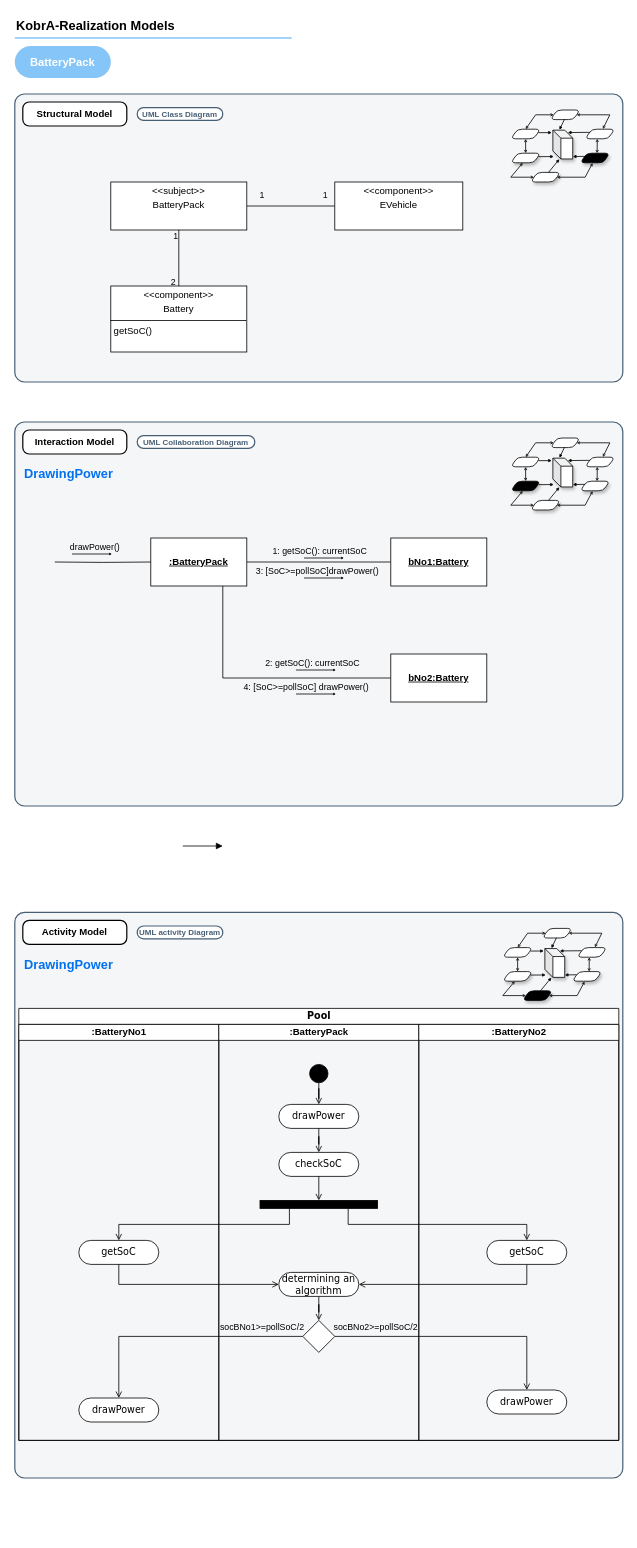
The draw.io diagram KobrA-Realization-Models-v2.drawio in Mohammad-Si/convide-A02-MVE, before the edit. Source tidied: cells renumbered, new cells numbered last; positions are measured from the earlier drawing's top-left corner, leaving out a move shared by most shapes. Both pictures are drawn from the tidied source at 80%, with x=0, y=0 at pixel (14, 14).
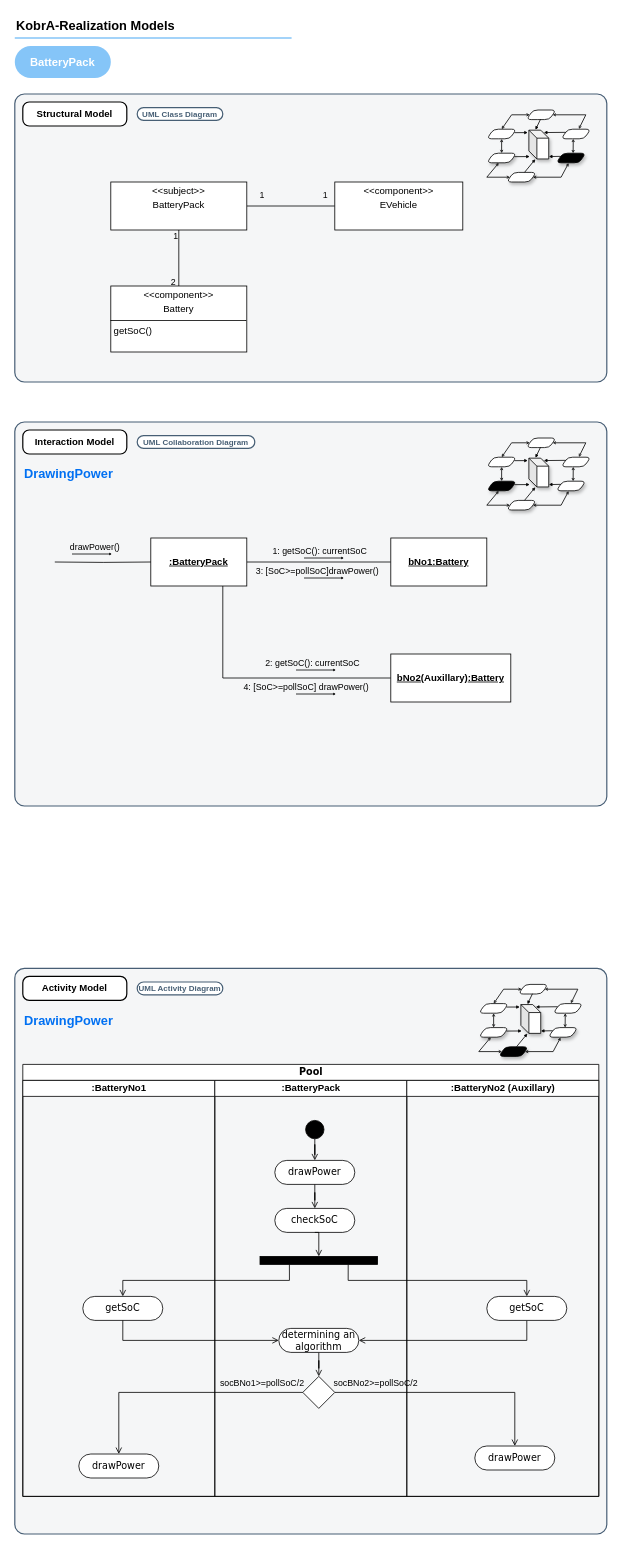
After the change.

Diff of the diagram source:
```diff
@@
     <mxCell id="2" style="rounded=1;whiteSpace=wrap;html=1;strokeColor=#475E75;fillColor=#F5F6F7;arcSize=24;absoluteArcSize=1;imageWidth=64;imageHeight=64;strokeWidth=1.5;" parent="1" vertex="1">
-      <mxGeometry y="100" width="760" height="360" as="geometry" />
+      <mxGeometry y="100" width="740" height="360" as="geometry" />
     </mxCell>
@@
     <mxCell id="6" style="rounded=1;whiteSpace=wrap;html=1;strokeColor=#475E75;fillColor=#F5F6F7;arcSize=24;absoluteArcSize=1;imageWidth=64;imageHeight=64;strokeWidth=1.5;" parent="1" vertex="1">
-      <mxGeometry y="1123" width="760" height="707" as="geometry" />
+      <mxGeometry y="1193" width="740" height="707" as="geometry" />
     </mxCell>
     <mxCell id="7" value="&lt;b&gt;Activity Model&lt;/b&gt;" style="rounded=1;whiteSpace=wrap;html=1;strokeWidth=1.5;arcSize=16;perimeterSpacing=0;absoluteArcSize=1;" parent="1" vertex="1">
-      <mxGeometry x="10" y="1133" width="130" height="30" as="geometry" />
+      <mxGeometry x="10" y="1203" width="130" height="30" as="geometry" />
     </mxCell>
     <mxCell id="8" style="group;glass=0;shadow=0;fillColor=none;" parent="1" vertex="1">
-      <mxGeometry x="610" y="1143" width="130" height="90" as="geometry" />
+      <mxGeometry x="580" y="1213" width="130" height="90" as="geometry" />
     </mxCell>
@@
     <mxCell id="30" style="group;glass=0;shadow=0;" parent="1" vertex="1">
-      <mxGeometry x="620" y="120" width="130" height="90" as="geometry" />
+      <mxGeometry x="590" y="120" width="130" height="90" as="geometry" />
     </mxCell>
@@
-    <mxCell id="53" value="&lt;font size=&quot;1&quot; color=&quot;#475f75&quot;&gt;&lt;b style=&quot;&quot;&gt;UML activity Diagram&lt;/b&gt;&lt;/font&gt;" style="rounded=1;whiteSpace=wrap;html=1;arcSize=50;strokeColor=#475f75;fillColor=default;strokeWidth=1.5;" parent="1" vertex="1">
-      <mxGeometry x="153" y="1140" width="107" height="16" as="geometry" />
+    <mxCell id="53" value="&lt;font size=&quot;1&quot; color=&quot;#475f75&quot;&gt;&lt;b style=&quot;&quot;&gt;UML Activity Diagram&lt;/b&gt;&lt;/font&gt;" style="rounded=1;whiteSpace=wrap;html=1;arcSize=50;strokeColor=#475f75;fillColor=default;strokeWidth=1.5;" parent="1" vertex="1">
+      <mxGeometry x="153" y="1210" width="107" height="16" as="geometry" />
     </mxCell>
@@
     <mxCell id="64" value="Pool" style="swimlane;html=1;startSize=20;rounded=0;shadow=0;comic=0;labelBackgroundColor=none;strokeWidth=1;fontFamily=Verdana;fontSize=12;align=center;" parent="1" vertex="1">
-      <mxGeometry x="5" y="1243" width="750" height="540" as="geometry" />
+      <mxGeometry x="10" y="1313" width="720" height="540" as="geometry" />
     </mxCell>
     <mxCell id="65" value=":BatteryNo1" style="swimlane;html=1;startSize=20;" parent="64" vertex="1">
-      <mxGeometry y="20" width="250" height="520" as="geometry" />
+      <mxGeometry y="20" width="240" height="520" as="geometry" />
     </mxCell>
@@
     <mxCell id="67" value=":BatteryPack" style="swimlane;html=1;startSize=20;" parent="64" vertex="1">
-      <mxGeometry x="250" y="20" width="250" height="520" as="geometry" />
+      <mxGeometry x="240" y="20" width="240" height="520" as="geometry" />
     </mxCell>
@@
-    <mxCell id="73" value=":BatteryNo2" style="swimlane;html=1;startSize=20;" parent="64" vertex="1">
-      <mxGeometry x="500" y="20" width="250" height="520" as="geometry" />
+    <mxCell id="73" value=":BatteryNo2 (Auxillary)" style="swimlane;html=1;startSize=20;" parent="64" vertex="1">
+      <mxGeometry x="480" y="20" width="240" height="520" as="geometry" />
     </mxCell>
@@
     <mxCell id="76" value="getSoC" style="rounded=1;whiteSpace=wrap;html=1;shadow=0;comic=0;labelBackgroundColor=none;strokeWidth=1;fontFamily=Verdana;fontSize=12;align=center;arcSize=50;" parent="1" vertex="1">
-      <mxGeometry x="590" y="1533" width="100" height="30" as="geometry" />
+      <mxGeometry x="590" y="1603" width="100" height="30" as="geometry" />
     </mxCell>
@@
     <mxCell id="79" value="determining an algorithm" style="rounded=1;whiteSpace=wrap;html=1;shadow=0;comic=0;labelBackgroundColor=none;strokeWidth=1;fontFamily=Verdana;fontSize=12;align=center;arcSize=50;" parent="1" vertex="1">
-      <mxGeometry x="330" y="1573" width="100" height="30" as="geometry" />
+      <mxGeometry x="330" y="1643" width="100" height="30" as="geometry" />
     </mxCell>
@@
     <mxCell id="81" style="whiteSpace=wrap;html=1;rounded=0;shadow=0;comic=0;labelBackgroundColor=none;strokeWidth=1;fillColor=#000000;fontFamily=Verdana;fontSize=12;align=center;rotation=0;" parent="1" vertex="1">
-      <mxGeometry x="306.5" y="1483" width="147" height="10" as="geometry" />
+      <mxGeometry x="306.5" y="1553" width="147" height="10" as="geometry" />
     </mxCell>
@@
     <mxCell id="87" style="rhombus;whiteSpace=wrap;html=1;" parent="1" vertex="1">
-      <mxGeometry x="360" y="1633" width="40" height="40" as="geometry" />
+      <mxGeometry x="360" y="1703" width="40" height="40" as="geometry" />
     </mxCell>
     <mxCell id="88" value="drawPower" style="rounded=1;whiteSpace=wrap;html=1;shadow=0;comic=0;labelBackgroundColor=none;strokeWidth=1;fontFamily=Verdana;fontSize=12;align=center;arcSize=50;" parent="1" vertex="1">
-      <mxGeometry x="80" y="1730" width="100" height="30" as="geometry" />
+      <mxGeometry x="80" y="1800" width="100" height="30" as="geometry" />
     </mxCell>
     <mxCell id="89" value="&lt;span&gt;socBNo2&amp;gt;=pollSoC/2&lt;/span&gt;" style="edgeLabel;html=1;align=center;verticalAlign=middle;labelBackgroundColor=none;" parent="1" vertex="1">
-      <mxGeometry x="450" y="1640" as="geometry" />
+      <mxGeometry x="450" y="1710" as="geometry" />
     </mxCell>
     <mxCell id="90" value="&lt;font color=&quot;#0070f2&quot; face=&quot;arial&quot; style=&quot;font-size: 16px;&quot;&gt;&lt;b style=&quot;font-size: 16px;&quot;&gt;DrawingPower&lt;/b&gt;&lt;/font&gt;" style="text;html=1;align=left;verticalAlign=middle;strokeColor=none;fillColor=none;fontSize=12;fontColor=#1d2d3e;fontFamily=Helvetica;" parent="1" vertex="1">
-      <mxGeometry x="10" y="1173" width="130" height="30" as="geometry" />
+      <mxGeometry x="10" y="1243" width="130" height="30" as="geometry" />
     </mxCell>
     <mxCell id="91" style="rounded=1;whiteSpace=wrap;html=1;strokeColor=#475E75;fillColor=#F5F6F7;arcSize=24;absoluteArcSize=1;imageWidth=64;imageHeight=64;strokeWidth=1.5;" parent="1" vertex="1">
-      <mxGeometry y="510" width="760" height="480" as="geometry" />
+      <mxGeometry y="510" width="740" height="480" as="geometry" />
     </mxCell>
@@
     <mxCell id="93" style="group;glass=0;shadow=0;" parent="1" vertex="1">
-      <mxGeometry x="620" y="530" width="130" height="90" as="geometry" />
+      <mxGeometry x="590" y="530" width="130" height="90" as="geometry" />
     </mxCell>
@@
-    <mxCell id="125" value="&lt;b&gt;&lt;u&gt;bNo2:Battery&lt;/u&gt;&lt;/b&gt;" style="rounded=0;whiteSpace=wrap;html=1;" parent="1" vertex="1">
-      <mxGeometry x="470" y="800" width="120" height="60" as="geometry" />
+    <mxCell id="125" value="&lt;b&gt;&lt;u&gt;bNo2(&lt;/u&gt;&lt;/b&gt;&lt;span style=&quot;font-weight: 700; text-wrap-mode: nowrap;&quot;&gt;Auxillary)&lt;/span&gt;&lt;b&gt;&lt;u&gt;:Battery&lt;/u&gt;&lt;/b&gt;" style="rounded=0;whiteSpace=wrap;html=1;" parent="1" vertex="1">
+      <mxGeometry x="470" y="800" width="150" height="60" as="geometry" />
     </mxCell>
-    <mxCell id="126" style="endArrow=block;html=1;rounded=0;endFill=1;" parent="1" edge="1">
-      <mxGeometry relative="1" as="geometry">
-        <mxPoint x="210" y="1040" as="sourcePoint" />
-        <mxPoint x="260" y="1040" as="targetPoint" />
-      </mxGeometry>
-    </mxCell>
```
